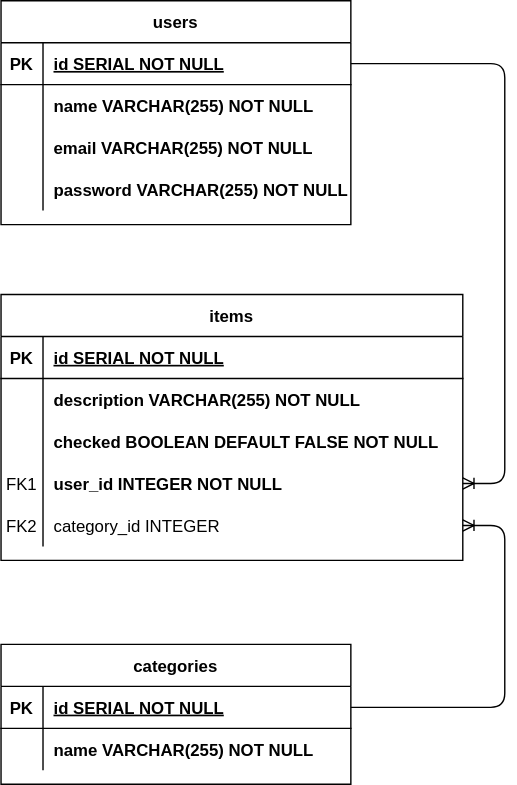
Earlier version of the draw.io export docs/midterm-ERD.svg (RussellAbraham/smartTodoApp). Source tidied: cells renumbered, new cells last; positions are measured from the earlier drawing's top-left corner, leaving out a move shared by most shapes.
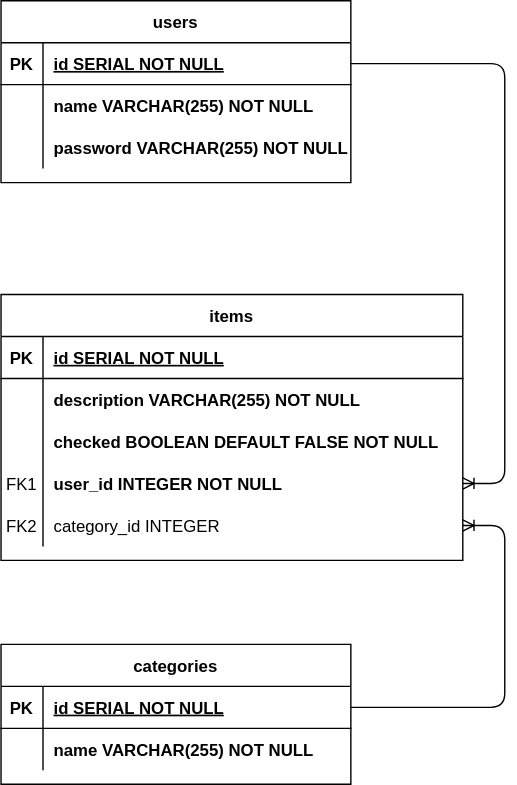
The same diagram one commit later.

Commit message:
Create the schema and seeds for Users and Categories

The edit, as a diff of the source:
```diff
@@ -3,7 +3,7 @@
     <mxCell id="0" />
     <mxCell id="1" parent="0" />
     <mxCell id="2" value="users" style="shape=table;startSize=30;rowLines=0;fontStyle=1;align=center;" parent="1" vertex="1">
-      <mxGeometry width="250" height="160" as="geometry" />
+      <mxGeometry width="250" height="130" as="geometry" />
     </mxCell>
     <mxCell id="3" style="shape=partialRectangle;fillColor=none;points=[[0,0.5],[1,0.5]];portConstraint=eastwest;top=0;left=0;right=0;bottom=1;" parent="2" vertex="1">
       <mxGeometry y="30" width="250" height="30" as="geometry" />
@@ -23,17 +23,8 @@
     <mxCell id="8" value="name VARCHAR(255) NOT NULL" style="shape=partialRectangle;overflow=hidden;fillColor=none;top=0;left=0;bottom=0;right=0;align=left;spacingLeft=6;fontStyle=1;" parent="6" vertex="1">
       <mxGeometry x="30" width="220" height="30" as="geometry" />
     </mxCell>
-    <mxCell id="9" style="shape=partialRectangle;fillColor=none;top=0;left=0;right=0;bottom=0;" parent="2" vertex="1">
-      <mxGeometry y="90" width="250" height="30" as="geometry" />
-    </mxCell>
-    <mxCell id="10" style="shape=partialRectangle;overflow=hidden;fillColor=none;top=0;left=0;bottom=0;right=0;" parent="9" vertex="1">
-      <mxGeometry width="30" height="30" as="geometry" />
-    </mxCell>
-    <mxCell id="11" value="email VARCHAR(255) NOT NULL" style="shape=partialRectangle;overflow=hidden;fillColor=none;top=0;left=0;bottom=0;right=0;align=left;spacingLeft=6;fontStyle=1;" parent="9" vertex="1">
-      <mxGeometry x="30" width="220" height="30" as="geometry" />
-    </mxCell>
     <mxCell id="12" style="shape=partialRectangle;fillColor=none;top=0;left=0;right=0;bottom=0;" parent="2" vertex="1">
-      <mxGeometry y="120" width="250" height="30" as="geometry" />
+      <mxGeometry y="90" width="250" height="30" as="geometry" />
     </mxCell>
     <mxCell id="13" style="shape=partialRectangle;overflow=hidden;fillColor=none;top=0;left=0;bottom=0;right=0;" parent="12" vertex="1">
       <mxGeometry width="30" height="30" as="geometry" />
```
